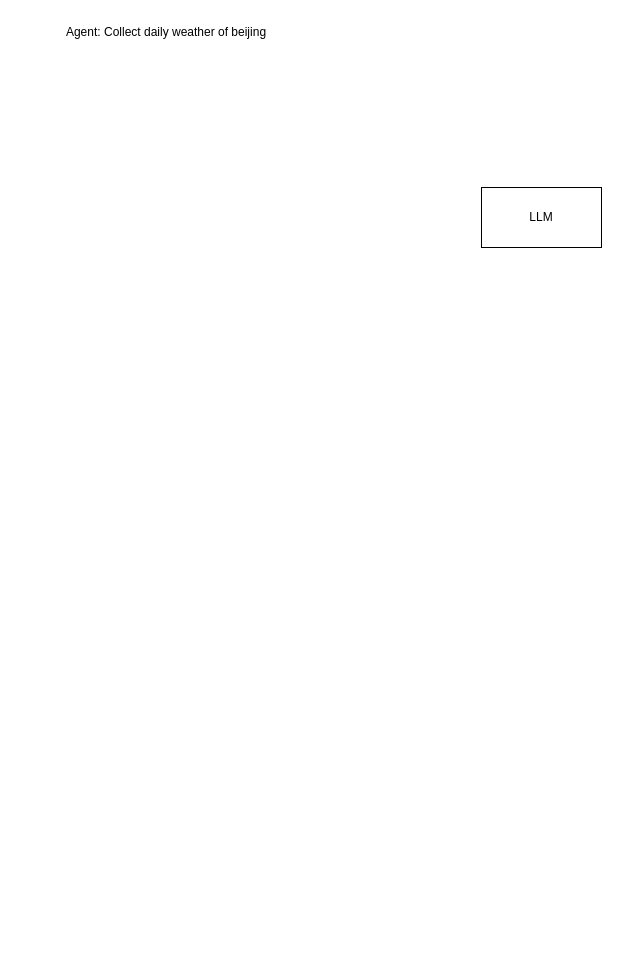
Before: auto-gpt.drawio in learn2Pro/draw_io_save, a draw.io diagram. Source tidied: cells renumbered, new cells numbered last; positions are measured from the earlier drawing's top-left corner, leaving out a move shared by most shapes. Both pictures are drawn from the tidied source at 100%, with x=0, y=0 at pixel (41, 17).
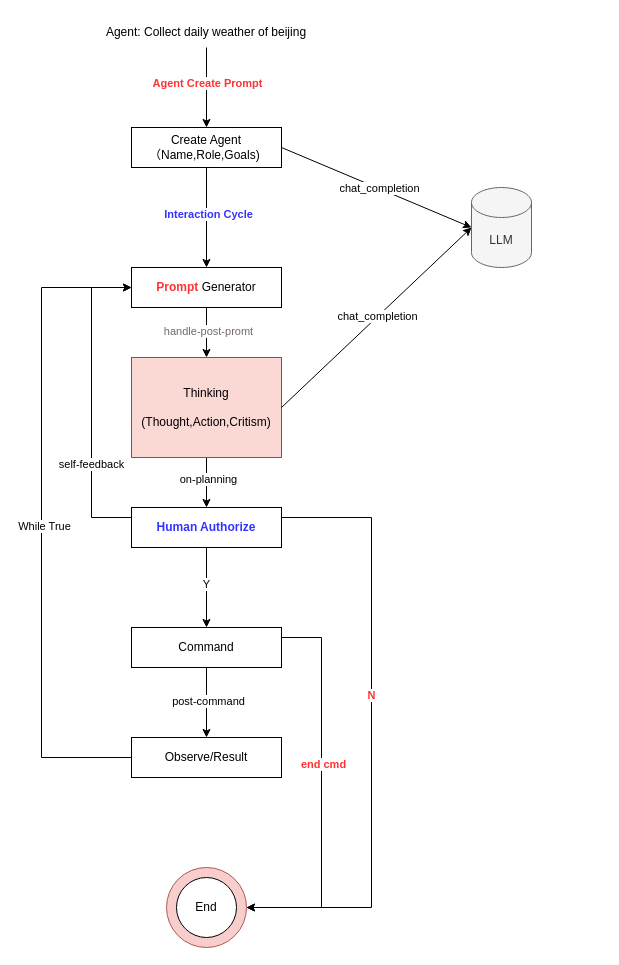
Above is the later version.

The edit, as a diff of the source:
```diff
@@
+    <mxCell id="4" style="edgeStyle=orthogonalEdgeStyle;rounded=0;jettySize=auto;html=1;" parent="1" edge="1" source="2" target="8">
+      <mxGeometry relative="1" as="geometry" />
+    </mxCell>
+    <mxCell id="5" value="&lt;b&gt;&lt;font color=&quot;#ff3333&quot;&gt;Agent Create Prompt&lt;/font&gt;&lt;/b&gt;" style="edgeLabel;html=1;align=center;verticalAlign=middle;" parent="4" vertex="1">
+      <mxGeometry x="-0.12" relative="1" as="geometry" />
+    </mxCell>
     <mxCell id="2" value="Agent: Collect daily weather of beijing" style="text;html=1;strokeColor=none;fillColor=none;align=center;verticalAlign=middle;whiteSpace=wrap;rounded=0;" parent="1" vertex="1">
-      <mxGeometry width="250" height="30" as="geometry" />
+      <mxGeometry x="40" width="250" height="30" as="geometry" />
     </mxCell>
+    <mxCell id="6" style="edgeStyle=orthogonalEdgeStyle;rounded=0;jettySize=auto;html=1;" parent="1" edge="1" source="8" target="13">
+      <mxGeometry relative="1" as="geometry" />
+    </mxCell>
+    <mxCell id="7" value="&lt;b&gt;&lt;font color=&quot;#3333ff&quot;&gt;Interaction Cycle&lt;/font&gt;&lt;/b&gt;" style="edgeLabel;html=1;align=center;verticalAlign=middle;" parent="6" vertex="1">
+      <mxGeometry x="-0.08" y="1" relative="1" as="geometry" />
+    </mxCell>
+    <mxCell id="8" value="Create Agent&lt;br&gt;（Name,Role,Goals)&amp;nbsp;" style="rounded=0;whiteSpace=wrap;html=1;" parent="1" vertex="1">
+      <mxGeometry x="90" y="110" width="150" height="40" as="geometry" />
+    </mxCell>
-    <mxCell id="3" value="LLM" style="rounded=0;whiteSpace=wrap;html=1;" parent="1" vertex="1">
-      <mxGeometry x="440" y="170" width="120" height="60" as="geometry" />
+    <mxCell id="3" value="LLM" style="shape=cylinder3;whiteSpace=wrap;html=1;boundedLbl=1;backgroundOutline=1;size=15;fillColor=#f5f5f5;fontColor=#333333;strokeColor=#666666;" parent="1" vertex="1">
+      <mxGeometry x="430" y="170" width="60" height="80" as="geometry" />
     </mxCell>
+    <mxCell id="9" style="endArrow=classic;html=1;rounded=0;exitX=1;exitY=0.5;exitDx=0;exitDy=0;entryX=0;entryY=0.5;entryDx=0;entryDy=0;entryPerimeter=0;" parent="1" edge="1" source="8" target="3">
+      <mxGeometry relative="1" as="geometry" />
+    </mxCell>
+    <mxCell id="10" value="chat_completion" style="edgeLabel;html=1;align=center;verticalAlign=middle;" parent="9" vertex="1">
+      <mxGeometry x="0.02" y="1" relative="1" as="geometry">
+        <mxPoint y="1" as="offset" />
+      </mxGeometry>
+    </mxCell>
+    <mxCell id="11" style="edgeStyle=orthogonalEdgeStyle;rounded=0;jettySize=auto;html=1;" parent="1" edge="1" source="13" target="16">
+      <mxGeometry relative="1" as="geometry" />
+    </mxCell>
+    <mxCell id="12" value="&lt;font color=&quot;#73686f&quot;&gt;handle-post-promt&lt;/font&gt;" style="edgeLabel;html=1;align=center;verticalAlign=middle;" parent="11" vertex="1">
+      <mxGeometry x="-0.06" y="1" relative="1" as="geometry">
+        <mxPoint y="-1" as="offset" />
+      </mxGeometry>
+    </mxCell>
+    <mxCell id="13" value="&lt;b&gt;&lt;font color=&quot;#ff3333&quot;&gt;Prompt&lt;/font&gt;&lt;/b&gt; Generator" style="rounded=0;whiteSpace=wrap;html=1;" parent="1" vertex="1">
+      <mxGeometry x="90" y="250" width="150" height="40" as="geometry" />
+    </mxCell>
+    <mxCell id="14" style="edgeStyle=orthogonalEdgeStyle;rounded=0;jettySize=auto;html=1;" parent="1" edge="1" source="16" target="21">
+      <mxGeometry relative="1" as="geometry" />
+    </mxCell>
+    <mxCell id="15" value="on-planning" style="edgeLabel;html=1;align=center;verticalAlign=middle;" parent="14" vertex="1">
+      <mxGeometry x="-0.15" y="1" relative="1" as="geometry" />
+    </mxCell>
+    <mxCell id="16" value="Thinking&lt;br&gt;&lt;br&gt;(Thought,Action,Critism)" style="rounded=0;whiteSpace=wrap;html=1;fillColor=#fad9d5;strokeColor=#ae4132;" parent="1" vertex="1">
+      <mxGeometry x="90" y="340" width="150" height="100" as="geometry" />
+    </mxCell>
+    <mxCell id="17" style="endArrow=classic;html=1;rounded=0;exitX=1;exitY=0.5;exitDx=0;exitDy=0;entryX=0;entryY=0.5;entryDx=0;entryDy=0;entryPerimeter=0;" parent="1" edge="1" source="16" target="3">
+      <mxGeometry relative="1" as="geometry" />
+    </mxCell>
+    <mxCell id="18" value="chat_completion" style="edgeLabel;html=1;align=center;verticalAlign=middle;" parent="17" vertex="1">
+      <mxGeometry x="0.02" y="1" relative="1" as="geometry">
+        <mxPoint y="1" as="offset" />
+      </mxGeometry>
+    </mxCell>
+    <mxCell id="19" style="edgeStyle=orthogonalEdgeStyle;rounded=0;jettySize=auto;html=1;" parent="1" edge="1" source="21" target="24">
+      <mxGeometry relative="1" as="geometry" />
+    </mxCell>
+    <mxCell id="20" value="Y" style="edgeLabel;html=1;align=center;verticalAlign=middle;" parent="19" vertex="1">
+      <mxGeometry x="-0.09" y="-2" relative="1" as="geometry">
+        <mxPoint x="1" as="offset" />
+      </mxGeometry>
+    </mxCell>
+    <mxCell id="21" value="&lt;font color=&quot;#3333ff&quot;&gt;&lt;b&gt;Human Authorize&lt;/b&gt;&lt;/font&gt;" style="rounded=0;whiteSpace=wrap;html=1;" parent="1" vertex="1">
+      <mxGeometry x="90" y="490" width="150" height="40" as="geometry" />
+    </mxCell>
+    <mxCell id="22" style="edgeStyle=orthogonalEdgeStyle;rounded=0;jettySize=auto;html=1;" parent="1" edge="1" source="24" target="30">
+      <mxGeometry relative="1" as="geometry" />
+    </mxCell>
+    <mxCell id="23" value="post-command" style="edgeLabel;html=1;align=center;verticalAlign=middle;" parent="22" vertex="1">
+      <mxGeometry x="-0.07" y="1" relative="1" as="geometry" />
+    </mxCell>
+    <mxCell id="24" value="Command" style="rounded=0;whiteSpace=wrap;html=1;" parent="1" vertex="1">
+      <mxGeometry x="90" y="610" width="150" height="40" as="geometry" />
+    </mxCell>
+    <mxCell id="25" style="endArrow=classic;html=1;rounded=0;exitX=1;exitY=0.5;exitDx=0;exitDy=0;entryX=1;entryY=0.5;entryDx=0;entryDy=0;edgeStyle=orthogonalEdgeStyle;" parent="1" edge="1" source="21" target="28">
+      <mxGeometry relative="1" as="geometry">
+        <Array as="points">
+          <mxPoint x="330" y="500" />
+          <mxPoint x="330" y="890" />
+        </Array>
+      </mxGeometry>
+    </mxCell>
+    <mxCell id="26" value="&lt;b&gt;&lt;font color=&quot;#ff3333&quot;&gt;N&lt;/font&gt;&lt;/b&gt;" style="edgeLabel;html=1;align=center;verticalAlign=middle;" parent="25" vertex="1">
+      <mxGeometry x="-0.1" y="1" relative="1" as="geometry">
+        <mxPoint x="-2" as="offset" />
+      </mxGeometry>
+    </mxCell>
+    <mxCell id="27" style="group;" parent="1" vertex="1">
+      <mxGeometry x="125" y="850" width="80" height="80" as="geometry" />
+    </mxCell>
+    <mxCell id="28" style="ellipse;whiteSpace=wrap;html=1;fillColor=#f8cecc;strokeColor=#b85450;" parent="27" vertex="1">
+      <mxGeometry width="80" height="80" as="geometry" />
+    </mxCell>
+    <mxCell id="29" value="End" style="ellipse;whiteSpace=wrap;html=1;" parent="27" vertex="1">
+      <mxGeometry x="10" y="10" width="60" height="60" as="geometry" />
+    </mxCell>
+    <mxCell id="30" value="Observe/Result" style="rounded=0;whiteSpace=wrap;html=1;" parent="1" vertex="1">
+      <mxGeometry x="90" y="720" width="150" height="40" as="geometry" />
+    </mxCell>
+    <mxCell id="31" style="endArrow=classic;html=1;rounded=0;exitX=1;exitY=0.5;exitDx=0;exitDy=0;entryX=1;entryY=0.5;entryDx=0;entryDy=0;edgeStyle=orthogonalEdgeStyle;" parent="1" edge="1" source="24" target="28">
+      <mxGeometry relative="1" as="geometry">
+        <Array as="points">
+          <mxPoint x="280" y="620" />
+          <mxPoint x="280" y="890" />
+        </Array>
+      </mxGeometry>
+    </mxCell>
+    <mxCell id="32" value="&lt;b&gt;&lt;font color=&quot;#ff3333&quot;&gt;end cmd&lt;/font&gt;&lt;/b&gt;" style="edgeLabel;html=1;align=center;verticalAlign=middle;" parent="31" vertex="1">
+      <mxGeometry x="-0.11" y="3" relative="1" as="geometry">
+        <mxPoint x="-2" as="offset" />
+      </mxGeometry>
+    </mxCell>
+    <mxCell id="33" style="endArrow=classic;html=1;rounded=0;exitX=0;exitY=0.5;exitDx=0;exitDy=0;entryX=0;entryY=0.5;entryDx=0;entryDy=0;edgeStyle=orthogonalEdgeStyle;" parent="1" edge="1" source="30" target="13">
+      <mxGeometry relative="1" as="geometry">
+        <Array as="points">
+          <mxPoint y="740" />
+          <mxPoint y="270" />
+        </Array>
+      </mxGeometry>
+    </mxCell>
+    <mxCell id="34" value="While True" style="edgeLabel;html=1;align=center;verticalAlign=middle;" parent="33" vertex="1">
+      <mxGeometry x="-0.01" y="-2" relative="1" as="geometry" />
+    </mxCell>
+    <mxCell id="35" style="endArrow=classic;html=1;rounded=0;exitX=0;exitY=0.5;exitDx=0;exitDy=0;entryX=0;entryY=0.5;entryDx=0;entryDy=0;edgeStyle=orthogonalEdgeStyle;" parent="1" edge="1" source="21" target="13">
+      <mxGeometry relative="1" as="geometry">
+        <Array as="points">
+          <mxPoint x="50" y="500" />
+          <mxPoint x="50" y="270" />
+        </Array>
+      </mxGeometry>
+    </mxCell>
+    <mxCell id="36" value="self-feedback" style="edgeLabel;html=1;align=center;verticalAlign=middle;" parent="35" vertex="1">
+      <mxGeometry y="1" relative="1" as="geometry">
+        <mxPoint y="56" as="offset" />
+      </mxGeometry>
+    </mxCell>
```
